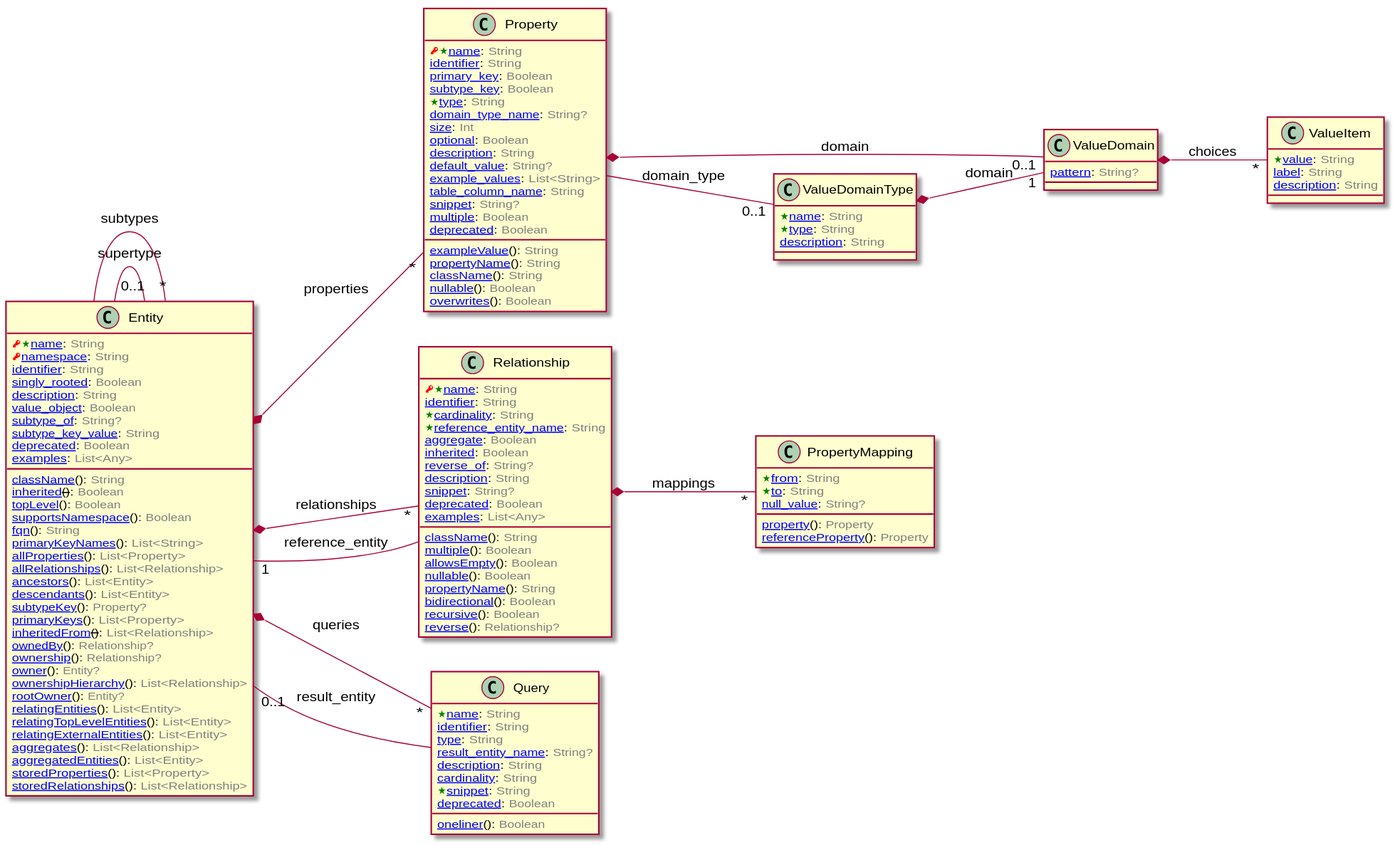
Above: doc/image/model-diagram.svg in laplacian-core/metamodel (PlantUML), before the change.
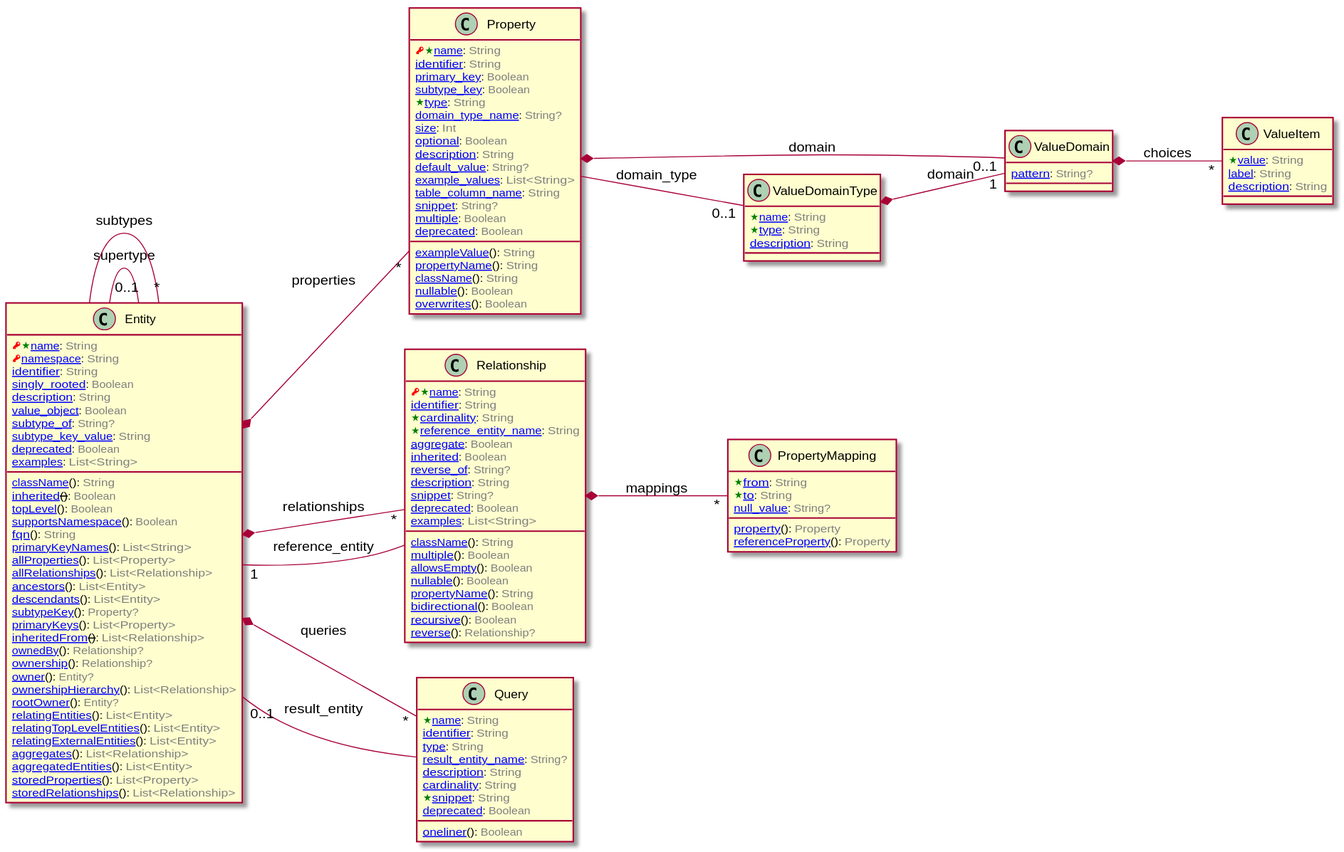
After the change.

What changed in the source:
```diff
@@ -18,7 +18,7 @@
   [[/blob/master/doc/entities/Entity.md#fqn-string fqn]](): <color:GRAY>String</color>
   [[/blob/master/doc/entities/Entity.md#primary_key_names-listString primaryKeyNames]](): <color:GRAY>List<String></color>
   [[/blob/master/doc/entities/Entity.md#deprecated-boolean deprecated]]: <color:GRAY>Boolean</color>
-  [[/blob/master/doc/entities/Entity.md#examples-listAny examples]]: <color:GRAY>List<Any></color>
+  [[/blob/master/doc/entities/Entity.md#examples-listString examples]]: <color:GRAY>List<String></color>
   [[/blob/master/doc/entities/Entity.md#all_properties-listProperty allProperties]](): <color:GRAY>List<Property></color>
   [[/blob/master/doc/entities/Entity.md#all_relationships-listRelationship allRelationships]](): <color:GRAY>List<Relationship></color>
   [[/blob/master/doc/entities/Entity.md#ancestors-listEntity ancestors]](): <color:GRAY>List<Entity></color>
@@ -169,7 +169,7 @@
   [[/blob/master/doc/entities/Relationship.md#bidirectional-boolean bidirectional]](): <color:GRAY>Boolean</color>
   [[/blob/master/doc/entities/Relationship.md#recursive-boolean recursive]](): <color:GRAY>Boolean</color>
   [[/blob/master/doc/entities/Relationship.md#deprecated-boolean deprecated]]: <color:GRAY>Boolean</color>
-  [[/blob/master/doc/entities/Relationship.md#examples-listAny examples]]: <color:GRAY>List<Any></color>
+  [[/blob/master/doc/entities/Relationship.md#examples-listString examples]]: <color:GRAY>List<String></color>
   [[/blob/master/doc/entities/Relationship.md#reverse-relationship reverse]](): <color:GRAY>Relationship?</color>
 }
 
```
